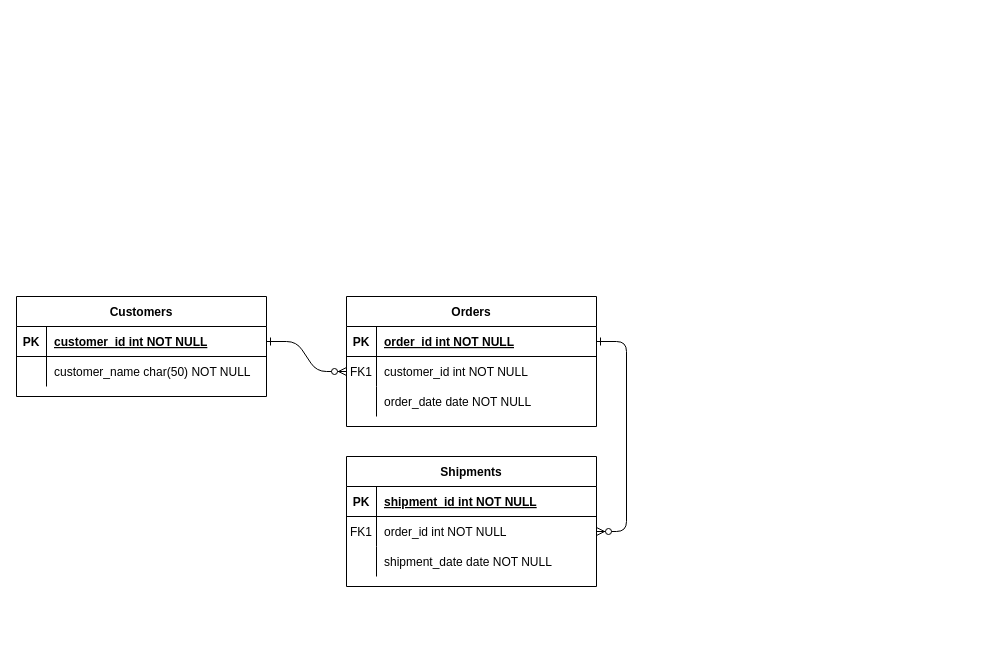
Above: assignment.drawio in MecaAlex/sem_2_alex_meca (draw.io), before the change. Source tidied: cells renumbered, new cells numbered last; positions are measured from the earlier drawing's top-left corner, leaving out a move shared by most shapes. Both pictures are drawn from the tidied source at 100%, with x=0, y=0 at pixel (16, 296).
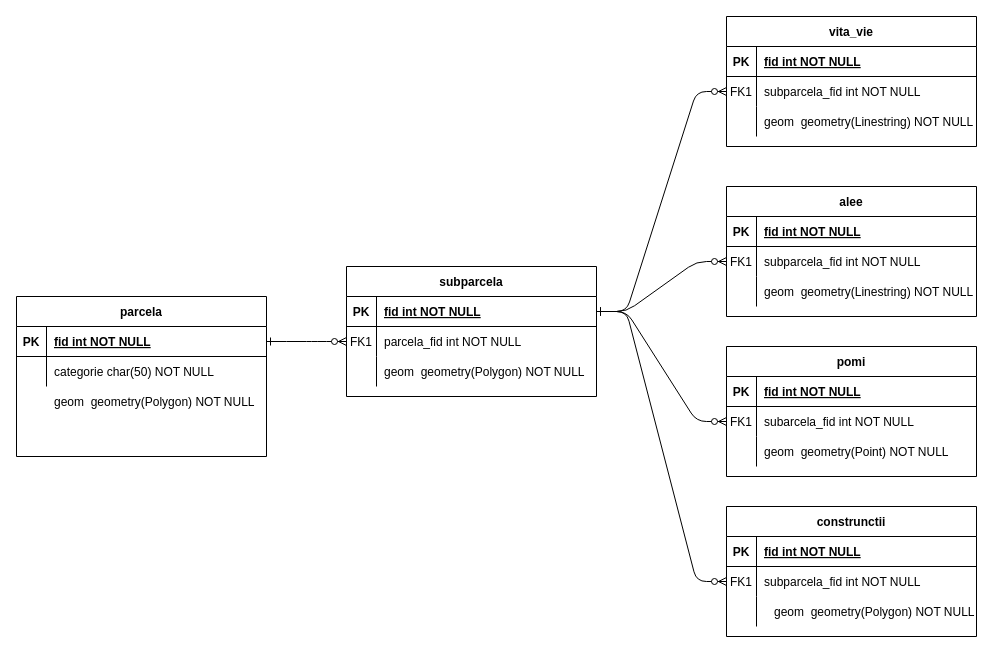
After the change.

Unchanged cells that the change refers to:
```xml
<mxCell id="5" style="shape=partialRectangle;fillColor=none;points=[[0,0.5],[1,0.5]];portConstraint=eastwest;top=0;left=0;right=0;bottom=1;" parent="4" vertex="1">
  <mxGeometry y="30" width="250" height="30" as="geometry" />
</mxCell>
<mxCell id="8" style="shape=partialRectangle;fillColor=none;points=[[0,0.5],[1,0.5]];portConstraint=eastwest;top=0;left=0;right=0;bottom=0;" parent="4" vertex="1">
  <mxGeometry y="60" width="250" height="30" as="geometry" />
</mxCell>
<mxCell id="11" style="shape=partialRectangle;fillColor=none;top=0;left=0;right=0;bottom=0;" parent="4" vertex="1">
  <mxGeometry y="90" width="250" height="30" as="geometry" />
</mxCell>
<mxCell id="15" style="shape=partialRectangle;fillColor=none;top=0;left=0;right=0;bottom=1;" parent="14" vertex="1">
  <mxGeometry y="30" width="250" height="30" as="geometry" />
</mxCell>
<mxCell id="18" style="shape=partialRectangle;fillColor=none;points=[[0,0.5],[1,0.5]];portConstraint=eastwest;top=0;left=0;right=0;bottom=0;" parent="14" vertex="1">
  <mxGeometry y="60" width="250" height="30" as="geometry" />
</mxCell>
<mxCell id="21" style="shape=partialRectangle;fillColor=none;top=0;left=0;right=0;bottom=0;" parent="14" vertex="1">
  <mxGeometry y="90" width="250" height="30" as="geometry" />
</mxCell>
<mxCell id="25" style="shape=partialRectangle;fillColor=none;points=[[0,0.5],[1,0.5]];portConstraint=eastwest;top=0;left=0;right=0;bottom=1;" parent="24" vertex="1">
  <mxGeometry y="30" width="250" height="30" as="geometry" />
</mxCell>
<mxCell id="28" style="shape=partialRectangle;fillColor=none;top=0;left=0;right=0;bottom=0;" parent="24" vertex="1">
  <mxGeometry y="60" width="250" height="30" as="geometry" />
</mxCell>
```

The edit, as a diff of the source:
```diff
@@
-    <mxCell id="4" value="Orders" style="shape=table;startSize=30;childLayout=tableLayout;rowLines=0;fontStyle=1;align=center;" parent="1" vertex="1">
-      <mxGeometry x="330" width="250" height="130" as="geometry" />
+    <mxCell id="4" value="subparcela" style="shape=table;startSize=30;childLayout=tableLayout;rowLines=0;fontStyle=1;align=center;" parent="1" vertex="1">
+      <mxGeometry x="330" y="-30" width="250" height="130" as="geometry" />
     </mxCell>
@@
-    <mxCell id="7" value="order_id int NOT NULL " style="shape=partialRectangle;overflow=hidden;fillColor=none;top=0;left=0;bottom=0;right=0;align=left;spacingLeft=6;fontStyle=5;" parent="5" vertex="1">
+    <mxCell id="7" value="fid int NOT NULL " style="shape=partialRectangle;overflow=hidden;fillColor=none;top=0;left=0;bottom=0;right=0;align=left;spacingLeft=6;fontStyle=5;" parent="5" vertex="1">
       <mxGeometry x="30" width="220" height="30" as="geometry" />
     </mxCell>
@@
-    <mxCell id="10" value="customer_id int NOT NULL" style="shape=partialRectangle;overflow=hidden;fillColor=none;top=0;left=0;bottom=0;right=0;align=left;spacingLeft=6;" parent="8" vertex="1">
+    <mxCell id="10" value="parcela_fid int NOT NULL" style="shape=partialRectangle;overflow=hidden;fillColor=none;top=0;left=0;bottom=0;right=0;align=left;spacingLeft=6;" parent="8" vertex="1">
       <mxGeometry x="30" width="220" height="30" as="geometry" />
     </mxCell>
@@
-    <mxCell id="13" value="order_date date NOT NULL" style="shape=partialRectangle;overflow=hidden;fillColor=none;top=0;left=0;bottom=0;right=0;align=left;spacingLeft=6;" parent="11" vertex="1">
+    <mxCell id="13" style="shape=partialRectangle;overflow=hidden;fillColor=none;top=0;left=0;bottom=0;right=0;align=left;spacingLeft=6;" parent="11" vertex="1">
       <mxGeometry x="30" width="220" height="30" as="geometry" />
     </mxCell>
-    <mxCell id="14" value="Shipments" style="shape=table;startSize=30;childLayout=tableLayout;rowLines=0;fontStyle=1;align=center;" parent="1" vertex="1">
-      <mxGeometry x="330" y="160" width="250" height="130" as="geometry" />
+    <mxCell id="14" value="construnctii" style="shape=table;startSize=30;childLayout=tableLayout;rowLines=0;fontStyle=1;align=center;" parent="1" vertex="1">
+      <mxGeometry x="710" y="210" width="250" height="130" as="geometry" />
     </mxCell>
@@
-    <mxCell id="17" value="shipment_id int NOT NULL " style="shape=partialRectangle;overflow=hidden;fillColor=none;top=0;left=0;bottom=0;right=0;align=left;spacingLeft=6;fontStyle=5;" parent="15" vertex="1">
+    <mxCell id="17" value="fid int NOT NULL " style="shape=partialRectangle;overflow=hidden;fillColor=none;top=0;left=0;bottom=0;right=0;align=left;spacingLeft=6;fontStyle=5;" parent="15" vertex="1">
       <mxGeometry x="30" width="220" height="30" as="geometry" />
     </mxCell>
@@
-    <mxCell id="20" value="order_id int NOT NULL" style="shape=partialRectangle;overflow=hidden;fillColor=none;top=0;left=0;bottom=0;right=0;align=left;spacingLeft=6;" parent="18" vertex="1">
+    <mxCell id="20" value="subparcela_fid int NOT NULL" style="shape=partialRectangle;overflow=hidden;fillColor=none;top=0;left=0;bottom=0;right=0;align=left;spacingLeft=6;" parent="18" vertex="1">
       <mxGeometry x="30" width="220" height="30" as="geometry" />
     </mxCell>
@@
-    <mxCell id="23" value="shipment_date date NOT NULL" style="shape=partialRectangle;overflow=hidden;fillColor=none;top=0;left=0;bottom=0;right=0;align=left;spacingLeft=6;" parent="21" vertex="1">
+    <mxCell id="23" style="shape=partialRectangle;overflow=hidden;fillColor=none;top=0;left=0;bottom=0;right=0;align=left;spacingLeft=6;" parent="21" vertex="1">
       <mxGeometry x="30" width="220" height="30" as="geometry" />
     </mxCell>
-    <mxCell id="24" value="Customers" style="shape=table;startSize=30;childLayout=tableLayout;rowLines=0;fontStyle=1;align=center;" parent="1" vertex="1">
-      <mxGeometry width="250" height="100" as="geometry" />
+    <mxCell id="24" value="parcela" style="shape=table;startSize=30;childLayout=tableLayout;rowLines=0;fontStyle=1;align=center;" parent="1" vertex="1">
+      <mxGeometry width="250" height="160" as="geometry" />
     </mxCell>
@@
-    <mxCell id="27" value="customer_id int NOT NULL " style="shape=partialRectangle;overflow=hidden;fillColor=none;top=0;left=0;bottom=0;right=0;align=left;spacingLeft=6;fontStyle=5;" parent="25" vertex="1">
+    <mxCell id="27" value="fid int NOT NULL " style="shape=partialRectangle;overflow=hidden;fillColor=none;top=0;left=0;bottom=0;right=0;align=left;spacingLeft=6;fontStyle=5;" parent="25" vertex="1">
       <mxGeometry x="30" width="220" height="30" as="geometry" />
     </mxCell>
@@
-    <mxCell id="30" value="customer_name char(50) NOT NULL" style="shape=partialRectangle;overflow=hidden;fillColor=none;top=0;left=0;bottom=0;right=0;align=left;spacingLeft=6;" parent="28" vertex="1">
+    <mxCell id="30" value="categorie char(50) NOT NULL" style="shape=partialRectangle;overflow=hidden;fillColor=none;top=0;left=0;bottom=0;right=0;align=left;spacingLeft=6;" parent="28" vertex="1">
       <mxGeometry x="30" width="220" height="30" as="geometry" />
     </mxCell>
+    <mxCell id="31" value="alee" style="shape=table;startSize=30;childLayout=tableLayout;rowLines=0;fontStyle=1;align=center;" parent="1" vertex="1">
+      <mxGeometry x="710" y="-110" width="250" height="130" as="geometry" />
+    </mxCell>
+    <mxCell id="32" style="shape=partialRectangle;fillColor=none;top=0;left=0;right=0;bottom=1;" parent="31" vertex="1">
+      <mxGeometry y="30" width="250" height="30" as="geometry" />
+    </mxCell>
+    <mxCell id="33" value="PK" style="shape=partialRectangle;overflow=hidden;fillColor=none;top=0;left=0;bottom=0;right=0;fontStyle=1;" parent="32" vertex="1">
+      <mxGeometry width="30" height="30" as="geometry" />
+    </mxCell>
+    <mxCell id="34" value="fid int NOT NULL " style="shape=partialRectangle;overflow=hidden;fillColor=none;top=0;left=0;bottom=0;right=0;align=left;spacingLeft=6;fontStyle=5;" parent="32" vertex="1">
+      <mxGeometry x="30" width="220" height="30" as="geometry" />
+    </mxCell>
+    <mxCell id="35" style="shape=partialRectangle;fillColor=none;points=[[0,0.5],[1,0.5]];portConstraint=eastwest;top=0;left=0;right=0;bottom=0;" parent="31" vertex="1">
+      <mxGeometry y="60" width="250" height="30" as="geometry" />
+    </mxCell>
+    <mxCell id="36" value="FK1" style="shape=partialRectangle;overflow=hidden;fillColor=none;top=0;left=0;bottom=0;right=0;" parent="35" vertex="1">
+      <mxGeometry width="30" height="30" as="geometry" />
+    </mxCell>
+    <mxCell id="37" value="subparcela_fid int NOT NULL" style="shape=partialRectangle;overflow=hidden;fillColor=none;top=0;left=0;bottom=0;right=0;align=left;spacingLeft=6;" parent="35" vertex="1">
+      <mxGeometry x="30" width="220" height="30" as="geometry" />
+    </mxCell>
+    <mxCell id="38" style="shape=partialRectangle;fillColor=none;top=0;left=0;right=0;bottom=0;" parent="31" vertex="1">
+      <mxGeometry y="90" width="250" height="30" as="geometry" />
+    </mxCell>
+    <mxCell id="39" style="shape=partialRectangle;overflow=hidden;fillColor=none;top=0;left=0;bottom=0;right=0;" parent="38" vertex="1">
+      <mxGeometry width="30" height="30" as="geometry" />
+    </mxCell>
+    <mxCell id="40" style="shape=partialRectangle;overflow=hidden;fillColor=none;top=0;left=0;bottom=0;right=0;align=left;spacingLeft=6;" parent="38" vertex="1">
+      <mxGeometry x="30" width="220" height="30" as="geometry" />
+    </mxCell>
+    <mxCell id="41" style="edgeStyle=entityRelationEdgeStyle;endArrow=ERzeroToMany;startArrow=ERone;endFill=1;startFill=0;entryX=0;entryY=0.5;entryDx=0;entryDy=0;exitX=1;exitY=0.5;exitDx=0;exitDy=0;" parent="1" edge="1" source="5" target="35">
+      <mxGeometry relative="1" as="geometry" />
+    </mxCell>
+    <mxCell id="42" value="pomi" style="shape=table;startSize=30;childLayout=tableLayout;rowLines=0;fontStyle=1;align=center;" parent="1" vertex="1">
+      <mxGeometry x="710" y="50" width="250" height="130" as="geometry" />
+    </mxCell>
+    <mxCell id="43" style="shape=partialRectangle;fillColor=none;top=0;left=0;right=0;bottom=1;" parent="42" vertex="1">
+      <mxGeometry y="30" width="250" height="30" as="geometry" />
+    </mxCell>
+    <mxCell id="44" value="PK" style="shape=partialRectangle;overflow=hidden;fillColor=none;top=0;left=0;bottom=0;right=0;fontStyle=1;" parent="43" vertex="1">
+      <mxGeometry width="30" height="30" as="geometry" />
+    </mxCell>
+    <mxCell id="45" value="fid int NOT NULL " style="shape=partialRectangle;overflow=hidden;fillColor=none;top=0;left=0;bottom=0;right=0;align=left;spacingLeft=6;fontStyle=5;" parent="43" vertex="1">
+      <mxGeometry x="30" width="220" height="30" as="geometry" />
+    </mxCell>
+    <mxCell id="46" style="shape=partialRectangle;fillColor=none;points=[[0,0.5],[1,0.5]];portConstraint=eastwest;top=0;left=0;right=0;bottom=0;" parent="42" vertex="1">
+      <mxGeometry y="60" width="250" height="30" as="geometry" />
+    </mxCell>
+    <mxCell id="47" value="FK1" style="shape=partialRectangle;overflow=hidden;fillColor=none;top=0;left=0;bottom=0;right=0;" parent="46" vertex="1">
+      <mxGeometry width="30" height="30" as="geometry" />
+    </mxCell>
+    <mxCell id="48" value="subarcela_fid int NOT NULL" style="shape=partialRectangle;overflow=hidden;fillColor=none;top=0;left=0;bottom=0;right=0;align=left;spacingLeft=6;" parent="46" vertex="1">
+      <mxGeometry x="30" width="220" height="30" as="geometry" />
+    </mxCell>
+    <mxCell id="49" style="shape=partialRectangle;fillColor=none;top=0;left=0;right=0;bottom=0;" parent="42" vertex="1">
+      <mxGeometry y="90" width="250" height="30" as="geometry" />
+    </mxCell>
+    <mxCell id="50" style="shape=partialRectangle;overflow=hidden;fillColor=none;top=0;left=0;bottom=0;right=0;" parent="49" vertex="1">
+      <mxGeometry width="30" height="30" as="geometry" />
+    </mxCell>
+    <mxCell id="51" style="shape=partialRectangle;overflow=hidden;fillColor=none;top=0;left=0;bottom=0;right=0;align=left;spacingLeft=6;" parent="49" vertex="1">
+      <mxGeometry x="30" width="220" height="30" as="geometry" />
+    </mxCell>
+    <mxCell id="52" style="edgeStyle=entityRelationEdgeStyle;endArrow=ERzeroToMany;startArrow=ERone;endFill=1;startFill=0;entryX=0;entryY=0.5;entryDx=0;entryDy=0;exitX=1;exitY=0.5;exitDx=0;exitDy=0;" parent="1" edge="1" source="5" target="46">
+      <mxGeometry relative="1" as="geometry" />
+    </mxCell>
+    <mxCell id="53" value="vita_vie" style="shape=table;startSize=30;childLayout=tableLayout;rowLines=0;fontStyle=1;align=center;" parent="1" vertex="1">
+      <mxGeometry x="710" y="-280" width="250" height="130" as="geometry" />
+    </mxCell>
+    <mxCell id="54" style="shape=partialRectangle;fillColor=none;top=0;left=0;right=0;bottom=1;" parent="53" vertex="1">
+      <mxGeometry y="30" width="250" height="30" as="geometry" />
+    </mxCell>
+    <mxCell id="55" value="PK" style="shape=partialRectangle;overflow=hidden;fillColor=none;top=0;left=0;bottom=0;right=0;fontStyle=1;" parent="54" vertex="1">
+      <mxGeometry width="30" height="30" as="geometry" />
+    </mxCell>
+    <mxCell id="56" value="fid int NOT NULL " style="shape=partialRectangle;overflow=hidden;fillColor=none;top=0;left=0;bottom=0;right=0;align=left;spacingLeft=6;fontStyle=5;" parent="54" vertex="1">
+      <mxGeometry x="30" width="220" height="30" as="geometry" />
+    </mxCell>
+    <mxCell id="57" style="shape=partialRectangle;fillColor=none;points=[[0,0.5],[1,0.5]];portConstraint=eastwest;top=0;left=0;right=0;bottom=0;" parent="53" vertex="1">
+      <mxGeometry y="60" width="250" height="30" as="geometry" />
+    </mxCell>
+    <mxCell id="58" value="FK1" style="shape=partialRectangle;overflow=hidden;fillColor=none;top=0;left=0;bottom=0;right=0;" parent="57" vertex="1">
+      <mxGeometry width="30" height="30" as="geometry" />
+    </mxCell>
+    <mxCell id="59" value="subparcela_fid int NOT NULL" style="shape=partialRectangle;overflow=hidden;fillColor=none;top=0;left=0;bottom=0;right=0;align=left;spacingLeft=6;" parent="57" vertex="1">
+      <mxGeometry x="30" width="220" height="30" as="geometry" />
+    </mxCell>
+    <mxCell id="60" style="shape=partialRectangle;fillColor=none;top=0;left=0;right=0;bottom=0;" parent="53" vertex="1">
+      <mxGeometry y="90" width="250" height="30" as="geometry" />
+    </mxCell>
+    <mxCell id="61" style="shape=partialRectangle;overflow=hidden;fillColor=none;top=0;left=0;bottom=0;right=0;" parent="60" vertex="1">
+      <mxGeometry width="30" height="30" as="geometry" />
+    </mxCell>
+    <mxCell id="62" style="shape=partialRectangle;overflow=hidden;fillColor=none;top=0;left=0;bottom=0;right=0;align=left;spacingLeft=6;" parent="60" vertex="1">
+      <mxGeometry x="30" width="220" height="30" as="geometry" />
+    </mxCell>
+    <mxCell id="63" style="edgeStyle=entityRelationEdgeStyle;endArrow=ERzeroToMany;startArrow=ERone;endFill=1;startFill=0;entryX=0;entryY=0.5;entryDx=0;entryDy=0;exitX=1;exitY=0.5;exitDx=0;exitDy=0;" parent="1" edge="1" source="5" target="57">
+      <mxGeometry relative="1" as="geometry" />
+    </mxCell>
+    <mxCell id="64" value="geom  geometry(Polygon) NOT NULL" style="shape=partialRectangle;overflow=hidden;fillColor=none;top=0;left=0;bottom=0;right=0;align=left;spacingLeft=6;" parent="1" vertex="1">
+      <mxGeometry x="30" y="90" width="220" height="30" as="geometry" />
+    </mxCell>
+    <mxCell id="65" value="geom  geometry(Polygon) NOT NULL" style="shape=partialRectangle;overflow=hidden;fillColor=none;top=0;left=0;bottom=0;right=0;align=left;spacingLeft=6;" parent="1" vertex="1">
+      <mxGeometry x="360" y="60" width="220" height="30" as="geometry" />
+    </mxCell>
+    <mxCell id="66" value="geom  geometry(Polygon) NOT NULL" style="shape=partialRectangle;overflow=hidden;fillColor=none;top=0;left=0;bottom=0;right=0;align=left;spacingLeft=6;" parent="1" vertex="1">
+      <mxGeometry x="750" y="300" width="220" height="30" as="geometry" />
+    </mxCell>
+    <mxCell id="67" value="geom  geometry(Point) NOT NULL" style="shape=partialRectangle;overflow=hidden;fillColor=none;top=0;left=0;bottom=0;right=0;align=left;spacingLeft=6;" parent="1" vertex="1">
+      <mxGeometry x="740" y="140" width="220" height="30" as="geometry" />
+    </mxCell>
+    <mxCell id="68" value="geom  geometry(Linestring) NOT NULL" style="shape=partialRectangle;overflow=hidden;fillColor=none;top=0;left=0;bottom=0;right=0;align=left;spacingLeft=6;" parent="1" vertex="1">
+      <mxGeometry x="740" y="-20" width="220" height="30" as="geometry" />
+    </mxCell>
+    <mxCell id="69" value="geom  geometry(Linestring) NOT NULL" style="shape=partialRectangle;overflow=hidden;fillColor=none;top=0;left=0;bottom=0;right=0;align=left;spacingLeft=6;" parent="1" vertex="1">
+      <mxGeometry x="740" y="-190" width="220" height="30" as="geometry" />
+    </mxCell>
```
